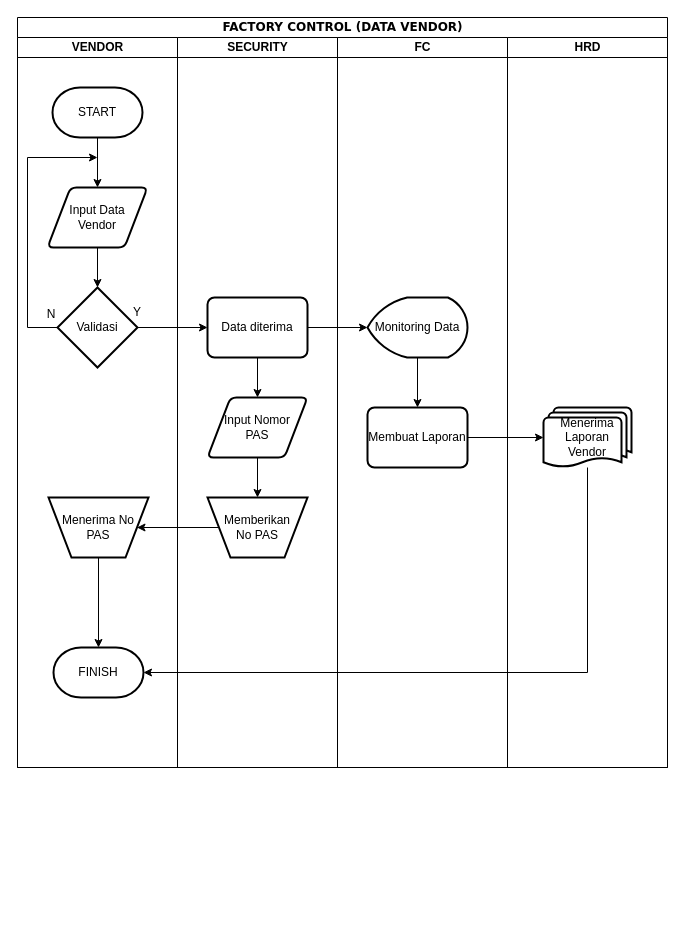
Above: page "Page-1" (1 of 4) of KELGACHA.drawio in userunkn0w/flowchart (draw.io), before the change. Source tidied: cells renumbered, new cells numbered last; positions are measured from the earlier drawing's top-left corner, leaving out a move shared by most shapes. Both pictures are drawn from the tidied source at 100%, with x=0, y=0 at pixel (17, 17).
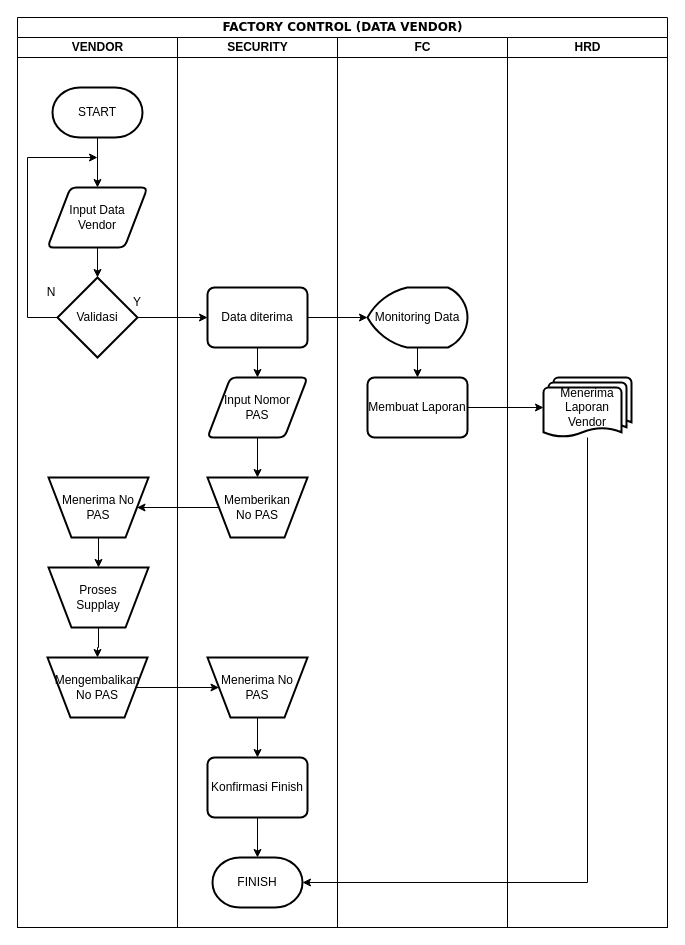
The same diagram, later.

What changed in the source:
```diff
@@
     <mxCell id="2" value="&lt;font style=&quot;font-size: 12px&quot;&gt;FACTORY CONTROL (DATA VENDOR)&lt;/font&gt;" style="swimlane;html=1;startSize=20;rounded=0;shadow=0;labelBackgroundColor=none;strokeWidth=1;fontFamily=Verdana;fontSize=8;align=center;" parent="1" vertex="1">
-      <mxGeometry width="650" height="750" as="geometry" />
+      <mxGeometry width="650" height="910" as="geometry" />
     </mxCell>
     <mxCell id="3" value="VENDOR" style="swimlane;html=1;startSize=20;" parent="2" vertex="1">
-      <mxGeometry y="20" width="160" height="730" as="geometry" />
+      <mxGeometry y="20" width="160" height="890" as="geometry" />
     </mxCell>
@@
     <mxCell id="8" style="edgeStyle=orthogonalEdgeStyle;rounded=0;jettySize=auto;html=1;" parent="3" edge="1" source="9">
       <mxGeometry relative="1" as="geometry">
         <mxPoint x="80" y="120" as="targetPoint" />
         <Array as="points">
-          <mxPoint x="10" y="290" />
+          <mxPoint x="10" y="280" />
           <mxPoint x="10" y="120" />
         </Array>
       </mxGeometry>
     </mxCell>
     <mxCell id="9" value="Validasi" style="strokeWidth=2;html=1;shape=mxgraph.flowchart.decision;whiteSpace=wrap;" parent="3" vertex="1">
-      <mxGeometry x="40" y="250" width="80" height="80" as="geometry" />
+      <mxGeometry x="40" y="240" width="80" height="80" as="geometry" />
     </mxCell>
-    <mxCell id="10" value="FINISH" style="strokeWidth=2;html=1;shape=mxgraph.flowchart.terminator;whiteSpace=wrap;" parent="3" vertex="1">
-      <mxGeometry x="36" y="610" width="90" height="50" as="geometry" />
-    </mxCell>
-    <mxCell id="11" style="edgeStyle=orthogonalEdgeStyle;rounded=0;jettySize=auto;html=1;" parent="3" edge="1" source="12" target="10">
-      <mxGeometry relative="1" as="geometry" />
-    </mxCell>
+    <mxCell id="32" style="edgeStyle=orthogonalEdgeStyle;rounded=0;jettySize=auto;html=1;fontSize=12;" parent="3" edge="1" source="12" target="34">
+      <mxGeometry relative="1" as="geometry" />
+    </mxCell>
     <mxCell id="12" value="Menerima No&lt;br&gt;PAS" style="verticalLabelPosition=middle;verticalAlign=middle;html=1;shape=trapezoid;perimeter=trapezoidPerimeter;whiteSpace=wrap;size=0.23;arcSize=10;flipV=1;labelPosition=center;align=center;strokeWidth=2;" parent="3" vertex="1">
-      <mxGeometry x="31" y="460" width="100" height="60" as="geometry" />
+      <mxGeometry x="31" y="440" width="100" height="60" as="geometry" />
     </mxCell>
     <mxCell id="13" value="N" style="text;html=1;strokeColor=none;fillColor=none;align=center;verticalAlign=middle;whiteSpace=wrap;rounded=0;" parent="3" vertex="1">
-      <mxGeometry x="4" y="262" width="60" height="30" as="geometry" />
+      <mxGeometry x="4" y="240" width="60" height="30" as="geometry" />
     </mxCell>
     <mxCell id="14" value="Y" style="text;html=1;strokeColor=none;fillColor=none;align=center;verticalAlign=middle;whiteSpace=wrap;rounded=0;" parent="3" vertex="1">
-      <mxGeometry x="90" y="260" width="60" height="30" as="geometry" />
+      <mxGeometry x="90" y="250" width="60" height="30" as="geometry" />
     </mxCell>
+    <mxCell id="33" style="edgeStyle=orthogonalEdgeStyle;rounded=0;jettySize=auto;html=1;fontSize=12;" parent="3" edge="1" source="34" target="35">
+      <mxGeometry relative="1" as="geometry" />
+    </mxCell>
+    <mxCell id="34" value="Proses&lt;br&gt;Supplay" style="verticalLabelPosition=middle;verticalAlign=middle;html=1;shape=trapezoid;perimeter=trapezoidPerimeter;whiteSpace=wrap;size=0.23;arcSize=10;flipV=1;labelPosition=center;align=center;strokeWidth=2;" parent="3" vertex="1">
+      <mxGeometry x="31" y="530" width="100" height="60" as="geometry" />
+    </mxCell>
+    <mxCell id="35" value="Mengembalikan&lt;br&gt;No PAS" style="verticalLabelPosition=middle;verticalAlign=middle;html=1;shape=trapezoid;perimeter=trapezoidPerimeter;whiteSpace=wrap;size=0.23;arcSize=10;flipV=1;labelPosition=center;align=center;strokeWidth=2;" parent="3" vertex="1">
+      <mxGeometry x="30" y="620" width="100" height="60" as="geometry" />
+    </mxCell>
     <mxCell id="15" value="SECURITY" style="swimlane;html=1;startSize=20;" parent="2" vertex="1">
-      <mxGeometry x="160" y="20" width="160" height="730" as="geometry" />
+      <mxGeometry x="160" y="20" width="160" height="890" as="geometry" />
     </mxCell>
@@
     <mxCell id="17" value="Data diterima" style="rounded=1;whiteSpace=wrap;html=1;absoluteArcSize=1;arcSize=14;strokeWidth=2;" parent="15" vertex="1">
-      <mxGeometry x="30" y="260" width="100" height="60" as="geometry" />
+      <mxGeometry x="30" y="250" width="100" height="60" as="geometry" />
     </mxCell>
@@
     <mxCell id="19" value="Input Nomor&lt;br&gt;PAS" style="shape=parallelogram;html=1;strokeWidth=2;perimeter=parallelogramPerimeter;whiteSpace=wrap;rounded=1;arcSize=12;size=0.23;" parent="15" vertex="1">
-      <mxGeometry x="30" y="360" width="100" height="60" as="geometry" />
+      <mxGeometry x="30" y="340" width="100" height="60" as="geometry" />
     </mxCell>
     <mxCell id="20" value="Memberikan&lt;br&gt;No PAS" style="verticalLabelPosition=middle;verticalAlign=middle;html=1;shape=trapezoid;perimeter=trapezoidPerimeter;whiteSpace=wrap;size=0.23;arcSize=10;flipV=1;labelPosition=center;align=center;strokeWidth=2;" parent="15" vertex="1">
-      <mxGeometry x="30" y="460" width="100" height="60" as="geometry" />
+      <mxGeometry x="30" y="440" width="100" height="60" as="geometry" />
     </mxCell>
+    <mxCell id="36" style="edgeStyle=orthogonalEdgeStyle;rounded=0;jettySize=auto;html=1;fontSize=12;" parent="15" edge="1" source="37" target="39">
+      <mxGeometry relative="1" as="geometry" />
+    </mxCell>
+    <mxCell id="37" value="Menerima No&lt;br&gt;PAS" style="verticalLabelPosition=middle;verticalAlign=middle;html=1;shape=trapezoid;perimeter=trapezoidPerimeter;whiteSpace=wrap;size=0.23;arcSize=10;flipV=1;labelPosition=center;align=center;strokeWidth=2;" parent="15" vertex="1">
+      <mxGeometry x="30" y="620" width="100" height="60" as="geometry" />
+    </mxCell>
+    <mxCell id="38" style="edgeStyle=orthogonalEdgeStyle;rounded=0;jettySize=auto;html=1;fontSize=12;" parent="15" edge="1" source="39" target="10">
+      <mxGeometry relative="1" as="geometry" />
+    </mxCell>
+    <mxCell id="39" value="Konfirmasi Finish" style="rounded=1;whiteSpace=wrap;html=1;absoluteArcSize=1;arcSize=14;strokeWidth=2;" parent="15" vertex="1">
+      <mxGeometry x="30" y="720" width="100" height="60" as="geometry" />
+    </mxCell>
+    <mxCell id="10" value="FINISH" style="strokeWidth=2;html=1;shape=mxgraph.flowchart.terminator;whiteSpace=wrap;" parent="15" vertex="1">
+      <mxGeometry x="35" y="820" width="90" height="50" as="geometry" />
+    </mxCell>
     <mxCell id="21" value="FC" style="swimlane;html=1;startSize=20;" parent="2" vertex="1">
-      <mxGeometry x="320" y="20" width="170" height="730" as="geometry" />
+      <mxGeometry x="320" y="20" width="170" height="890" as="geometry" />
     </mxCell>
     <mxCell id="22" value="Membuat Laporan" style="rounded=1;whiteSpace=wrap;html=1;absoluteArcSize=1;arcSize=14;strokeWidth=2;" parent="21" vertex="1">
-      <mxGeometry x="30" y="370" width="100" height="60" as="geometry" />
+      <mxGeometry x="30" y="340" width="100" height="60" as="geometry" />
     </mxCell>
@@
     <mxCell id="24" value="Monitoring Data" style="strokeWidth=2;html=1;shape=mxgraph.flowchart.display;whiteSpace=wrap;" parent="21" vertex="1">
-      <mxGeometry x="30" y="260" width="100" height="60" as="geometry" />
+      <mxGeometry x="30" y="250" width="100" height="60" as="geometry" />
     </mxCell>
     <mxCell id="25" value="HRD" style="swimlane;html=1;startSize=20;" parent="2" vertex="1">
-      <mxGeometry x="490" y="20" width="160" height="730" as="geometry" />
+      <mxGeometry x="490" y="20" width="160" height="890" as="geometry" />
     </mxCell>
     <mxCell id="26" value="&lt;span&gt;Menerima Laporan&lt;br&gt;Vendor&lt;/span&gt;" style="strokeWidth=2;html=1;shape=mxgraph.flowchart.multi-document;whiteSpace=wrap;fontSize=12;" parent="25" vertex="1">
-      <mxGeometry x="36" y="370" width="88" height="60" as="geometry" />
+      <mxGeometry x="36" y="340" width="88" height="60" as="geometry" />
     </mxCell>
@@
+    <mxCell id="40" style="edgeStyle=orthogonalEdgeStyle;rounded=0;jettySize=auto;html=1;fontSize=12;" parent="2" edge="1" source="35" target="37">
+      <mxGeometry relative="1" as="geometry" />
+    </mxCell>
     <mxCell id="31" style="edgeStyle=orthogonalEdgeStyle;rounded=0;jettySize=auto;html=1;entryX=1;entryY=0.5;entryDx=0;entryDy=0;entryPerimeter=0;fontSize=12;" parent="2" edge="1" source="26" target="10">
       <mxGeometry relative="1" as="geometry">
         <Array as="points">
-          <mxPoint x="570" y="655" />
+          <mxPoint x="570" y="865" />
         </Array>
       </mxGeometry>
     </mxCell>
```
